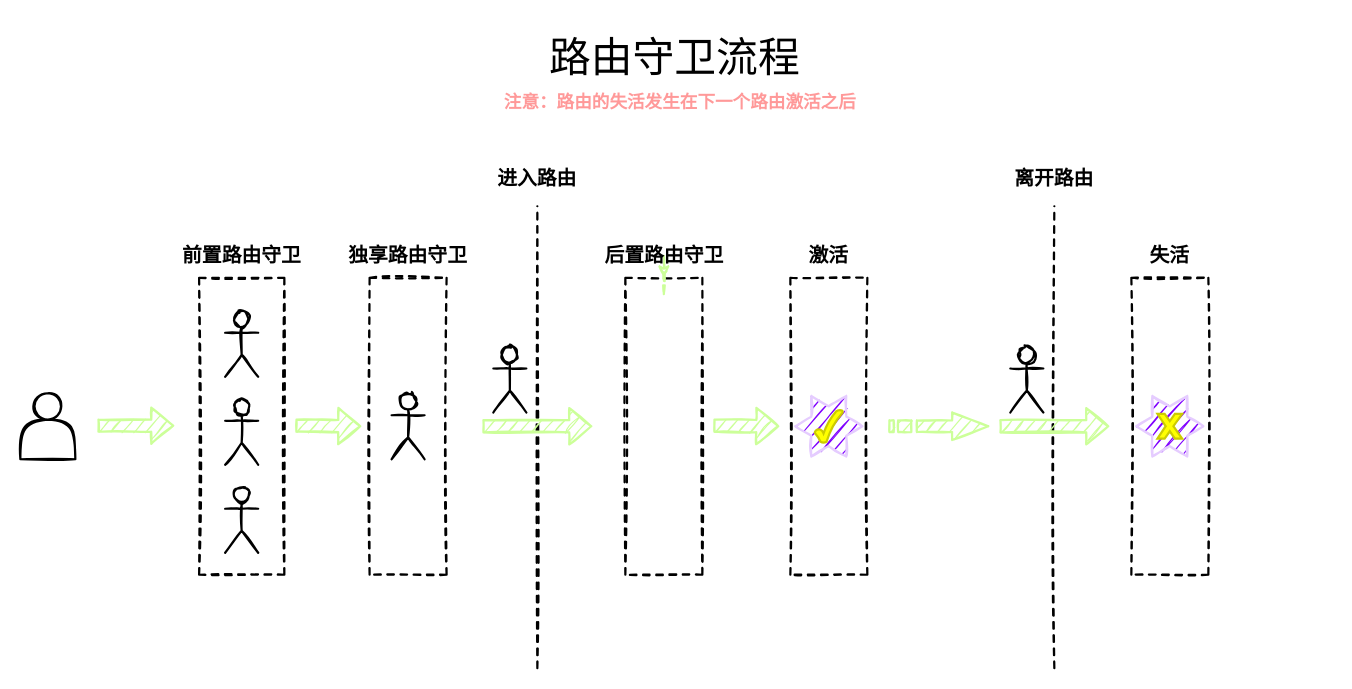
The draw.io diagram drawio/前端/Vue/路由守卫顺序.drawio in a1371083012/Knowledge_network, before the edit. Source tidied: cells renumbered, new cells numbered last; positions are measured from the earlier drawing's top-left corner, leaving out a move shared by most shapes. Both pictures are drawn from the tidied source at 110%, with x=0, y=0 at pixel (20, 19).
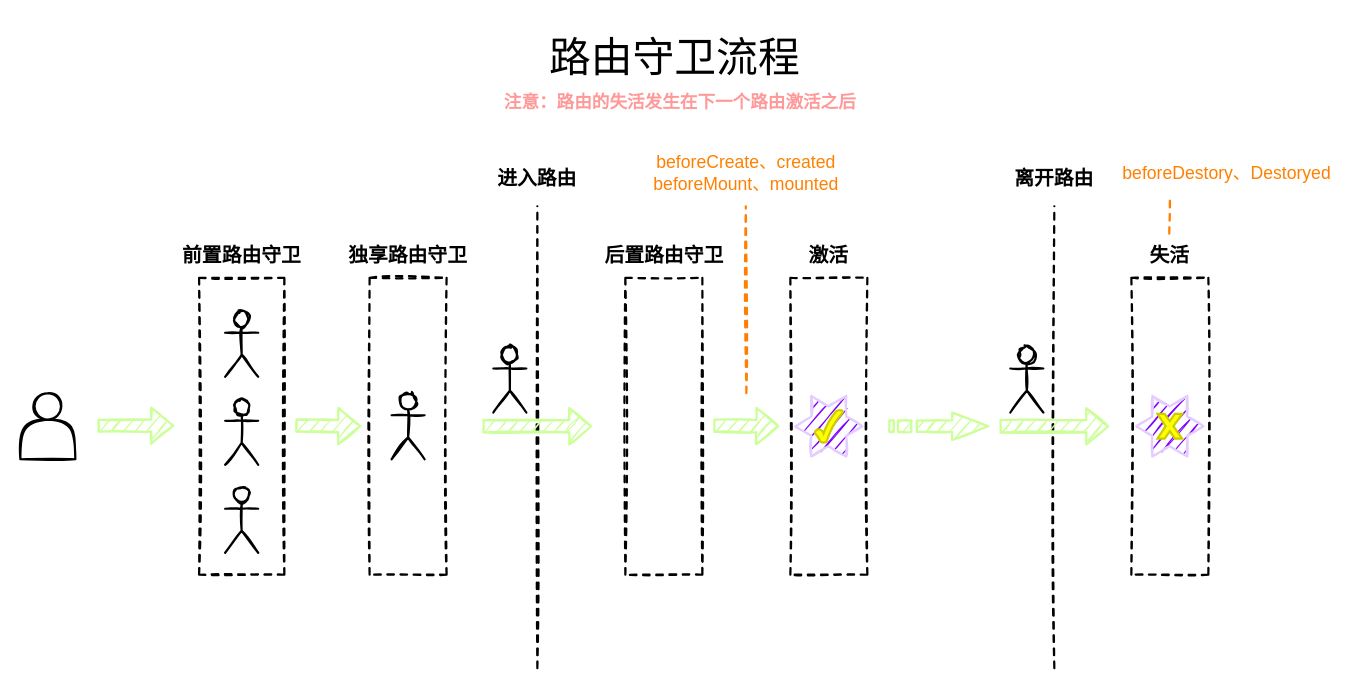
Above is the later version.

The change refers to these unchanged cells:
```xml
<mxCell id="16" style="rounded=0;whiteSpace=wrap;html=1;fillColor=none;dashed=1;sketch=1;strokeWidth=2;" parent="1" vertex="1">
  <mxGeometry x="550" y="235" width="70" height="270" as="geometry" />
</mxCell>
<mxCell id="18" value="&lt;b style=&quot;&quot;&gt;&lt;font style=&quot;font-size: 18px;&quot;&gt;后置路由守卫&lt;/font&gt;&lt;/b&gt;" style="text;html=1;strokeColor=none;fillColor=none;align=center;verticalAlign=middle;whiteSpace=wrap;rounded=0;dashed=1;sketch=1;" parent="1" vertex="1">
  <mxGeometry x="512.5" y="200" width="145" height="30" as="geometry" />
</mxCell>
```

What changed in the source:
```diff
@@
-    <mxCell id="17" style="edgeStyle=orthogonalEdgeStyle;rounded=0;sketch=1;jettySize=auto;html=1;dashed=1;fontSize=16;fontColor=#FF9999;strokeColor=#CCFF99;strokeWidth=2;fillColor=#CCFF99;" parent="1" edge="1" source="18" target="16">
-      <mxGeometry relative="1" as="geometry" />
-    </mxCell>
@@
+    <mxCell id="38" style="endArrow=none;html=1;rounded=0;sketch=1;fontSize=20;strokeWidth=2;dashed=1;strokeColor=#FF8000;" parent="1" edge="1">
+      <mxGeometry relative="1" as="geometry">
+        <mxPoint x="660" y="340" as="sourcePoint" />
+        <mxPoint x="659.5" y="170" as="targetPoint" />
+      </mxGeometry>
+    </mxCell>
+    <mxCell id="39" style="endArrow=none;html=1;rounded=0;sketch=1;fontSize=20;strokeWidth=2;dashed=1;strokeColor=#FF8000;" parent="1" edge="1">
+      <mxGeometry relative="1" as="geometry">
+        <mxPoint x="1044.5" y="195" as="sourcePoint" />
+        <mxPoint x="1044.9" y="160" as="targetPoint" />
+      </mxGeometry>
+    </mxCell>
+    <mxCell id="40" value="beforeCreate、created&lt;br&gt;beforeMount、mounted" style="text;html=1;strokeColor=none;fillColor=none;align=center;verticalAlign=middle;whiteSpace=wrap;rounded=0;sketch=0;fontSize=16;fontColor=#FF8000;" parent="1" vertex="1">
+      <mxGeometry x="570" y="120" width="180" height="40" as="geometry" />
+    </mxCell>
+    <mxCell id="41" value="beforeDestory、Destoryed" style="text;html=1;strokeColor=none;fillColor=none;align=center;verticalAlign=middle;whiteSpace=wrap;rounded=0;sketch=0;fontSize=16;fontColor=#FF8000;" parent="1" vertex="1">
+      <mxGeometry x="1000" y="120" width="193.8" height="40" as="geometry" />
+    </mxCell>
```
